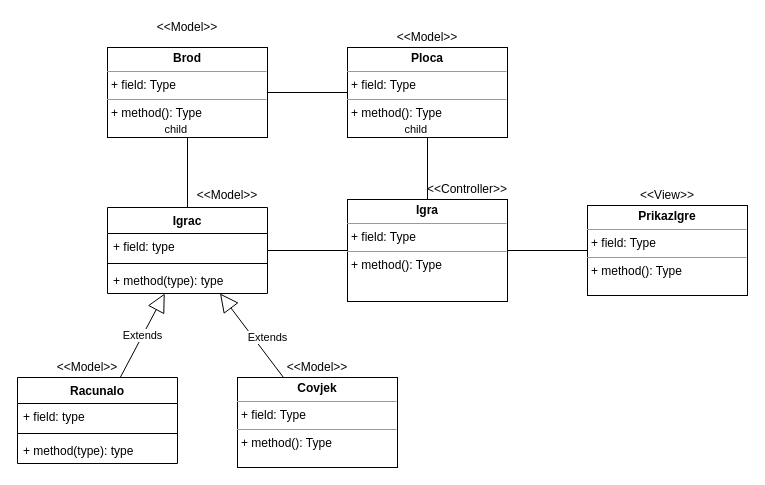
Before: page "Dijagram klasa arhitekture Battleship" (7 of 9) of Dijagram.drawio in LukaFarkas99/Battleship, a draw.io diagram. Source tidied: cells renumbered, new cells numbered last; positions are measured from the earlier drawing's top-left corner, leaving out a move shared by most shapes. Both pictures are drawn from the tidied source at 100%, with x=0, y=0 at pixel (17, 17).
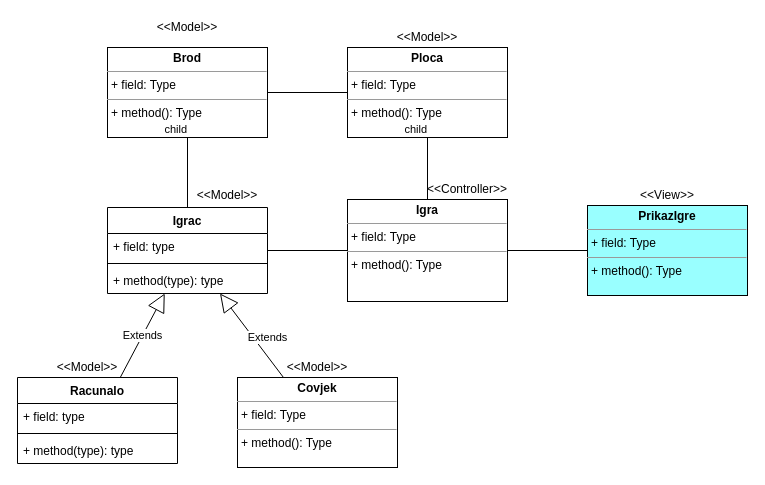
After the change.

Change to the diagram source:
```diff
@@
-    <mxCell id="22" value="&lt;p style=&quot;margin: 0px ; margin-top: 4px ; text-align: center&quot;&gt;&lt;b&gt;PrikazIgre&lt;/b&gt;&lt;/p&gt;&lt;hr size=&quot;1&quot;&gt;&lt;p style=&quot;margin: 0px ; margin-left: 4px&quot;&gt;+ field: Type&lt;/p&gt;&lt;hr size=&quot;1&quot;&gt;&lt;p style=&quot;margin: 0px ; margin-left: 4px&quot;&gt;+ method(): Type&lt;/p&gt;" style="verticalAlign=top;align=left;overflow=fill;fontSize=12;fontFamily=Helvetica;html=1;" parent="1" vertex="1">
+    <mxCell id="22" value="&lt;p style=&quot;margin: 0px ; margin-top: 4px ; text-align: center&quot;&gt;&lt;b&gt;PrikazIgre&lt;/b&gt;&lt;/p&gt;&lt;hr size=&quot;1&quot;&gt;&lt;p style=&quot;margin: 0px ; margin-left: 4px&quot;&gt;+ field: Type&lt;/p&gt;&lt;hr size=&quot;1&quot;&gt;&lt;p style=&quot;margin: 0px ; margin-left: 4px&quot;&gt;+ method(): Type&lt;/p&gt;" style="verticalAlign=top;align=left;overflow=fill;fontSize=12;fontFamily=Helvetica;html=1;fillColor=#99FFFF;" parent="1" vertex="1">
       <mxGeometry x="570" y="188" width="160" height="90" as="geometry" />
     </mxCell>
```
